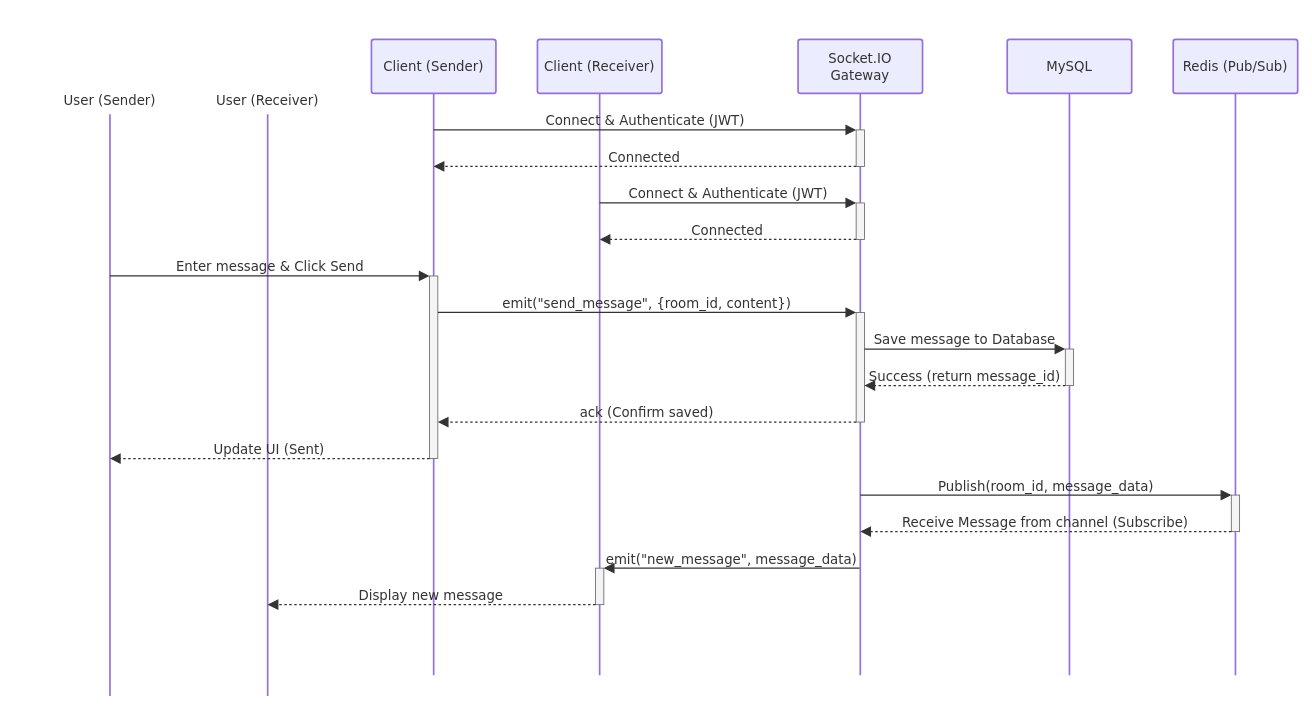
Above: page "Chat" (3 of 14) of docs/system-design/drawio/Sequence-Diagrams.drawio in tdat-dev/Zoldify_Backend (draw.io), before the change. Source tidied: cells renumbered, new cells numbered last; positions are measured from the earlier drawing's top-left corner, leaving out a move shared by most shapes. Both pictures are drawn from the tidied source at 83%, with x=0, y=0 at pixel (14, 14).
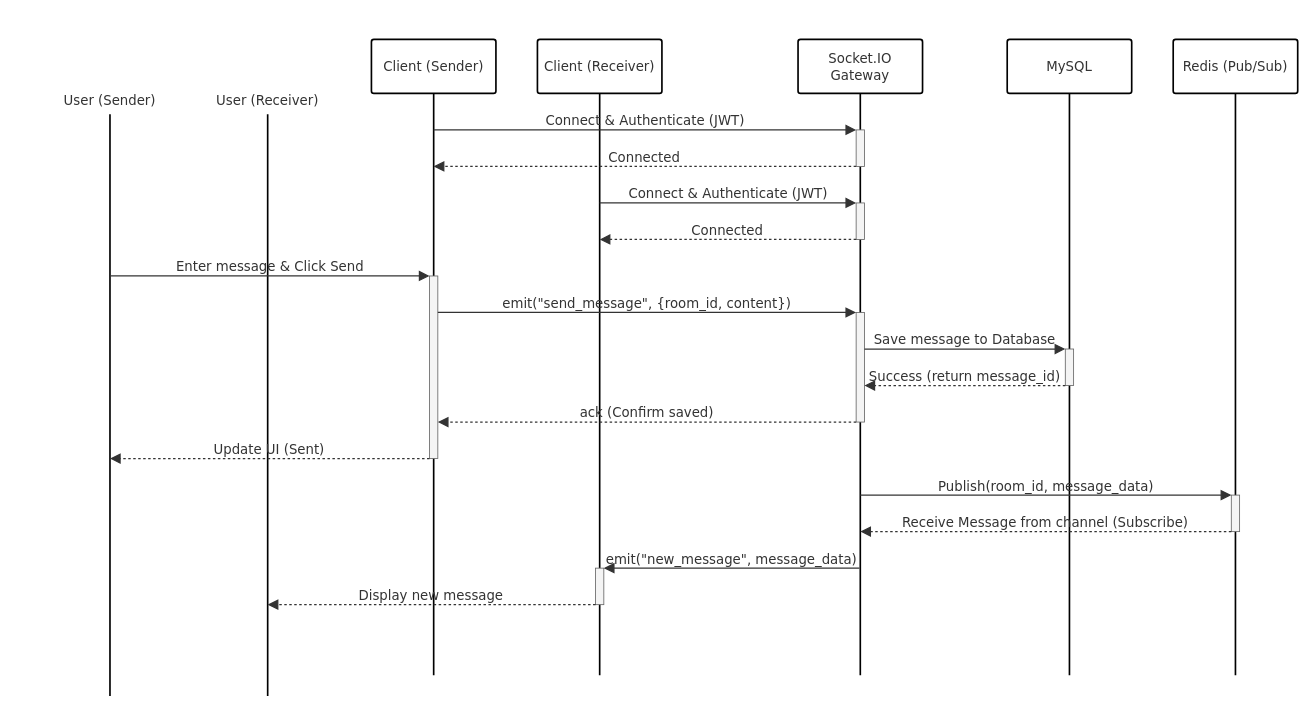
After the change.

Unchanged cells that the change refers to:
```xml
<mxCell id="2" style="group;transparentBounds=1;editIcon=1;lockedGroup=0;groupPadding=10;" parent="1" vertex="1">
  <mxGeometry as="geometry" />
</mxCell>
```

What changed in the source:
```diff
@@
-    <mxCell id="3" value="User (Sender)" style="html=1;shape=umlLifeline;perimeter=lifelinePerimeter;whiteSpace=wrap;outlineConnect=0;portConstraint=eastwest;newEdgeStyle={&quot;edgeStyle&quot;:&quot;elbowEdgeStyle&quot;,&quot;elbow&quot;:&quot;vertical&quot;,&quot;curved&quot;:0,&quot;rounded&quot;:0};lifelineDashed=0;strokeWidth=2;rounded=1;absoluteArcSize=1;arcSize=6;lifelineColor=light-dark(#9370DB,#cccccc);participant=seqActorStick;verticalAlign=bottom;align=center;spacingBottom=4;size=90;lifelineMirror=1;fillColor=light-dark(#ECECFF,#1f2020);strokeColor=light-dark(#9370DB,#cccccc);fontColor=light-dark(#333333,#cccccc);fontFamily=Trebuchet MS,Verdana,Arial,sans-serif;fontSize=16;" parent="2" vertex="1">
+    <mxCell id="3" value="User (Sender)" style="html=1;shape=umlLifeline;perimeter=lifelinePerimeter;whiteSpace=wrap;outlineConnect=0;portConstraint=eastwest;newEdgeStyle={&quot;edgeStyle&quot;:&quot;elbowEdgeStyle&quot;,&quot;elbow&quot;:&quot;vertical&quot;,&quot;curved&quot;:0,&quot;rounded&quot;:0};lifelineDashed=0;strokeWidth=2;rounded=1;absoluteArcSize=1;arcSize=6;lifelineColor=#000000;participant=seqActorStick;verticalAlign=bottom;align=center;spacingBottom=4;size=90;lifelineMirror=1;fillColor=#FFFFFF;strokeColor=#000000;fontColor=light-dark(#333333,#cccccc);fontFamily=Trebuchet MS,Verdana,Arial,sans-serif;fontSize=16;" parent="2" vertex="1">
       <mxGeometry x="40" y="30" width="150" height="791" as="geometry" />
     </mxCell>
-    <mxCell id="4" value="User (Receiver)" style="html=1;shape=umlLifeline;perimeter=lifelinePerimeter;whiteSpace=wrap;outlineConnect=0;portConstraint=eastwest;newEdgeStyle={&quot;edgeStyle&quot;:&quot;elbowEdgeStyle&quot;,&quot;elbow&quot;:&quot;vertical&quot;,&quot;curved&quot;:0,&quot;rounded&quot;:0};lifelineDashed=0;strokeWidth=2;rounded=1;absoluteArcSize=1;arcSize=6;lifelineColor=light-dark(#9370DB,#cccccc);participant=seqActorStick;verticalAlign=bottom;align=center;spacingBottom=4;size=90;lifelineMirror=1;fillColor=light-dark(#ECECFF,#1f2020);strokeColor=light-dark(#9370DB,#cccccc);fontColor=light-dark(#333333,#cccccc);fontFamily=Trebuchet MS,Verdana,Arial,sans-serif;fontSize=16;" parent="2" vertex="1">
+    <mxCell id="4" value="User (Receiver)" style="html=1;shape=umlLifeline;perimeter=lifelinePerimeter;whiteSpace=wrap;outlineConnect=0;portConstraint=eastwest;newEdgeStyle={&quot;edgeStyle&quot;:&quot;elbowEdgeStyle&quot;,&quot;elbow&quot;:&quot;vertical&quot;,&quot;curved&quot;:0,&quot;rounded&quot;:0};lifelineDashed=0;strokeWidth=2;rounded=1;absoluteArcSize=1;arcSize=6;lifelineColor=#000000;participant=seqActorStick;verticalAlign=bottom;align=center;spacingBottom=4;size=90;lifelineMirror=1;fillColor=#FFFFFF;strokeColor=#000000;fontColor=light-dark(#333333,#cccccc);fontFamily=Trebuchet MS,Verdana,Arial,sans-serif;fontSize=16;" parent="2" vertex="1">
       <mxGeometry x="230" y="30" width="150" height="791" as="geometry" />
     </mxCell>
-    <mxCell id="5" value="Client (Sender)" style="html=1;shape=umlLifeline;perimeter=lifelinePerimeter;whiteSpace=wrap;outlineConnect=0;portConstraint=eastwest;newEdgeStyle={&quot;edgeStyle&quot;:&quot;elbowEdgeStyle&quot;,&quot;elbow&quot;:&quot;vertical&quot;,&quot;curved&quot;:0,&quot;rounded&quot;:0};lifelineDashed=0;strokeWidth=2;rounded=1;absoluteArcSize=1;arcSize=6;lifelineColor=light-dark(#9370DB,#cccccc);size=65;lifelineMirror=1;fillColor=light-dark(#ECECFF,#1f2020);strokeColor=light-dark(#9370DB,#cccccc);fontColor=light-dark(#333333,#cccccc);fontFamily=Trebuchet MS,Verdana,Arial,sans-serif;fontSize=16;" parent="2" vertex="1">
+    <mxCell id="5" value="Client (Sender)" style="html=1;shape=umlLifeline;perimeter=lifelinePerimeter;whiteSpace=wrap;outlineConnect=0;portConstraint=eastwest;newEdgeStyle={&quot;edgeStyle&quot;:&quot;elbowEdgeStyle&quot;,&quot;elbow&quot;:&quot;vertical&quot;,&quot;curved&quot;:0,&quot;rounded&quot;:0};lifelineDashed=0;strokeWidth=2;rounded=1;absoluteArcSize=1;arcSize=6;lifelineColor=#000000;size=65;lifelineMirror=1;fillColor=#FFFFFF;strokeColor=#000000;fontColor=light-dark(#333333,#cccccc);fontFamily=Trebuchet MS,Verdana,Arial,sans-serif;fontSize=16;" parent="2" vertex="1">
       <mxGeometry x="430" y="30" width="150" height="766" as="geometry" />
     </mxCell>
@@
-    <mxCell id="7" value="Client (Receiver)" style="html=1;shape=umlLifeline;perimeter=lifelinePerimeter;whiteSpace=wrap;outlineConnect=0;portConstraint=eastwest;newEdgeStyle={&quot;edgeStyle&quot;:&quot;elbowEdgeStyle&quot;,&quot;elbow&quot;:&quot;vertical&quot;,&quot;curved&quot;:0,&quot;rounded&quot;:0};lifelineDashed=0;strokeWidth=2;rounded=1;absoluteArcSize=1;arcSize=6;lifelineColor=light-dark(#9370DB,#cccccc);size=65;lifelineMirror=1;fillColor=light-dark(#ECECFF,#1f2020);strokeColor=light-dark(#9370DB,#cccccc);fontColor=light-dark(#333333,#cccccc);fontFamily=Trebuchet MS,Verdana,Arial,sans-serif;fontSize=16;" parent="2" vertex="1">
+    <mxCell id="7" value="Client (Receiver)" style="html=1;shape=umlLifeline;perimeter=lifelinePerimeter;whiteSpace=wrap;outlineConnect=0;portConstraint=eastwest;newEdgeStyle={&quot;edgeStyle&quot;:&quot;elbowEdgeStyle&quot;,&quot;elbow&quot;:&quot;vertical&quot;,&quot;curved&quot;:0,&quot;rounded&quot;:0};lifelineDashed=0;strokeWidth=2;rounded=1;absoluteArcSize=1;arcSize=6;lifelineColor=#000000;size=65;lifelineMirror=1;fillColor=#FFFFFF;strokeColor=#000000;fontColor=light-dark(#333333,#cccccc);fontFamily=Trebuchet MS,Verdana,Arial,sans-serif;fontSize=16;" parent="2" vertex="1">
       <mxGeometry x="630" y="30" width="150" height="766" as="geometry" />
     </mxCell>
@@
-    <mxCell id="9" value="Socket.IO Gateway" style="html=1;shape=umlLifeline;perimeter=lifelinePerimeter;whiteSpace=wrap;outlineConnect=0;portConstraint=eastwest;newEdgeStyle={&quot;edgeStyle&quot;:&quot;elbowEdgeStyle&quot;,&quot;elbow&quot;:&quot;vertical&quot;,&quot;curved&quot;:0,&quot;rounded&quot;:0};lifelineDashed=0;strokeWidth=2;rounded=1;absoluteArcSize=1;arcSize=6;lifelineColor=light-dark(#9370DB,#cccccc);size=65;lifelineMirror=1;fillColor=light-dark(#ECECFF,#1f2020);strokeColor=light-dark(#9370DB,#cccccc);fontColor=light-dark(#333333,#cccccc);fontFamily=Trebuchet MS,Verdana,Arial,sans-serif;fontSize=16;" parent="2" vertex="1">
+    <mxCell id="9" value="Socket.IO Gateway" style="html=1;shape=umlLifeline;perimeter=lifelinePerimeter;whiteSpace=wrap;outlineConnect=0;portConstraint=eastwest;newEdgeStyle={&quot;edgeStyle&quot;:&quot;elbowEdgeStyle&quot;,&quot;elbow&quot;:&quot;vertical&quot;,&quot;curved&quot;:0,&quot;rounded&quot;:0};lifelineDashed=0;strokeWidth=2;rounded=1;absoluteArcSize=1;arcSize=6;lifelineColor=#000000;size=65;lifelineMirror=1;fillColor=#FFFFFF;strokeColor=#000000;fontColor=light-dark(#333333,#cccccc);fontFamily=Trebuchet MS,Verdana,Arial,sans-serif;fontSize=16;" parent="2" vertex="1">
       <mxGeometry x="944" y="30" width="150" height="766" as="geometry" />
     </mxCell>
@@
-    <mxCell id="13" value="MySQL" style="html=1;shape=umlLifeline;perimeter=lifelinePerimeter;whiteSpace=wrap;newEdgeStyle={&quot;edgeStyle&quot;:&quot;elbowEdgeStyle&quot;,&quot;elbow&quot;:&quot;vertical&quot;,&quot;curved&quot;:0,&quot;rounded&quot;:0};lifelineDashed=0;strokeWidth=2;rounded=1;absoluteArcSize=1;arcSize=6;lifelineColor=light-dark(#9370DB,#cccccc);size=65;lifelineMirror=1;fillColor=light-dark(#ECECFF,#1f2020);strokeColor=light-dark(#9370DB,#cccccc);fontColor=light-dark(#333333,#cccccc);fontFamily=Trebuchet MS,Verdana,Arial,sans-serif;fontSize=16;" parent="2" vertex="1">
+    <mxCell id="13" value="MySQL" style="html=1;shape=umlLifeline;perimeter=lifelinePerimeter;whiteSpace=wrap;newEdgeStyle={&quot;edgeStyle&quot;:&quot;elbowEdgeStyle&quot;,&quot;elbow&quot;:&quot;vertical&quot;,&quot;curved&quot;:0,&quot;rounded&quot;:0};lifelineDashed=0;strokeWidth=2;rounded=1;absoluteArcSize=1;arcSize=6;lifelineColor=#000000;size=65;lifelineMirror=1;fillColor=#FFFFFF;strokeColor=#000000;fontColor=light-dark(#333333,#cccccc);fontFamily=Trebuchet MS,Verdana,Arial,sans-serif;fontSize=16;" parent="2" vertex="1">
       <mxGeometry x="1196" y="30" width="150" height="766" as="geometry" />
     </mxCell>
@@
-    <mxCell id="15" value="Redis (Pub/Sub)" style="html=1;shape=umlLifeline;perimeter=lifelinePerimeter;whiteSpace=wrap;newEdgeStyle={&quot;edgeStyle&quot;:&quot;elbowEdgeStyle&quot;,&quot;elbow&quot;:&quot;vertical&quot;,&quot;curved&quot;:0,&quot;rounded&quot;:0};lifelineDashed=0;strokeWidth=2;rounded=1;absoluteArcSize=1;arcSize=6;lifelineColor=light-dark(#9370DB,#cccccc);size=65;lifelineMirror=1;fillColor=light-dark(#ECECFF,#1f2020);strokeColor=light-dark(#9370DB,#cccccc);fontColor=light-dark(#333333,#cccccc);fontFamily=Trebuchet MS,Verdana,Arial,sans-serif;fontSize=16;" parent="2" vertex="1">
+    <mxCell id="15" value="Redis (Pub/Sub)" style="html=1;shape=umlLifeline;perimeter=lifelinePerimeter;whiteSpace=wrap;newEdgeStyle={&quot;edgeStyle&quot;:&quot;elbowEdgeStyle&quot;,&quot;elbow&quot;:&quot;vertical&quot;,&quot;curved&quot;:0,&quot;rounded&quot;:0};lifelineDashed=0;strokeWidth=2;rounded=1;absoluteArcSize=1;arcSize=6;lifelineColor=#000000;size=65;lifelineMirror=1;fillColor=#FFFFFF;strokeColor=#000000;fontColor=light-dark(#333333,#cccccc);fontFamily=Trebuchet MS,Verdana,Arial,sans-serif;fontSize=16;" parent="2" vertex="1">
       <mxGeometry x="1396" y="30" width="150" height="766" as="geometry" />
     </mxCell>
```
